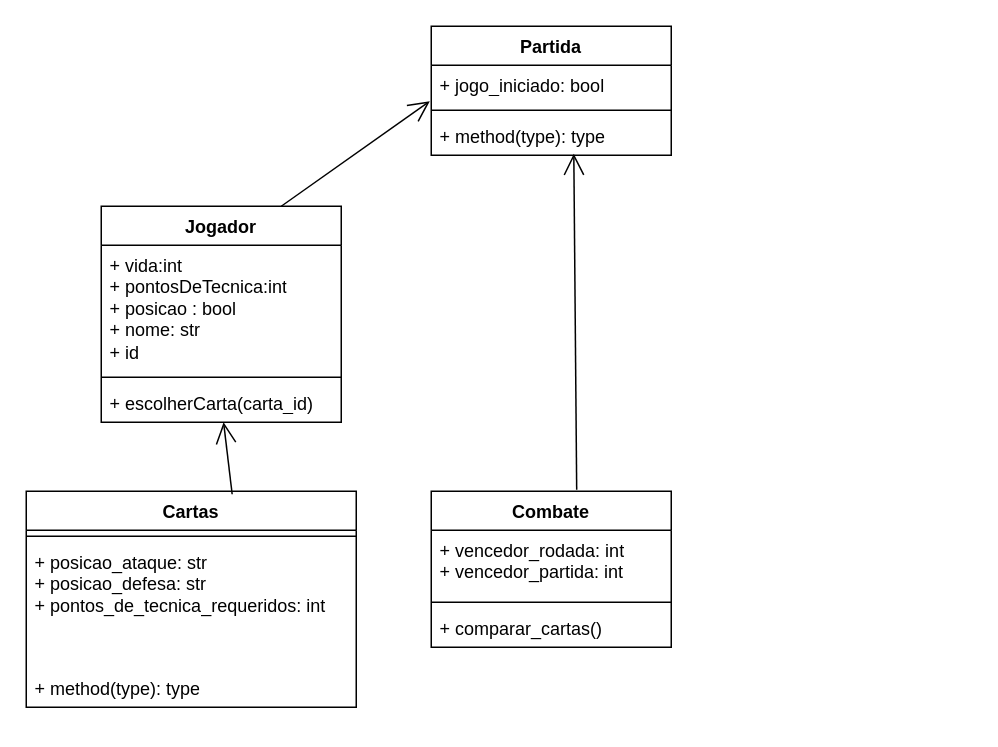
Tpirate90/TP90 keeps this draw.io diagram as Diagrama sem nome.drawio. Above is the earlier version. Source tidied: cells renumbered, new cells numbered last; positions are measured from the earlier drawing's top-left corner, leaving out a move shared by most shapes. Both pictures are drawn from the tidied source at 150%, with x=0, y=0 at pixel (26, 26).
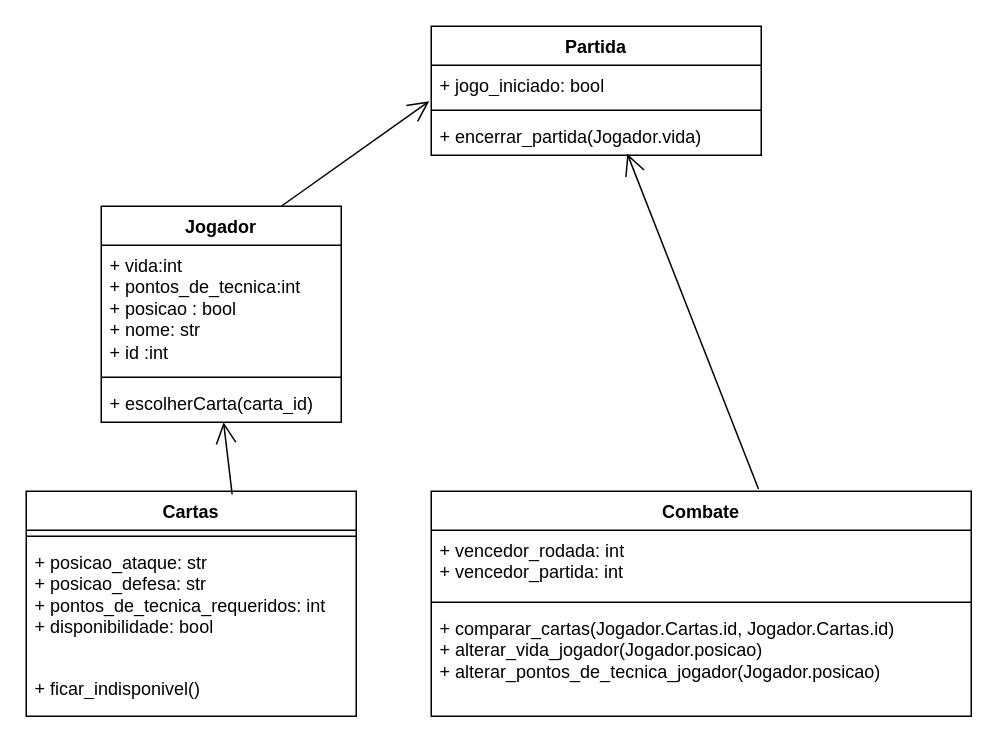
The same page after the edit.

Unchanged cells that the change refers to:
```xml
<mxCell id="10" value="Jogador" style="swimlane;fontStyle=1;align=center;verticalAlign=top;horizontal=1;startSize=26;whiteSpace=wrap;html=1;" parent="1" vertex="1">
  <mxGeometry x="50" y="120" width="160" height="144" as="geometry" />
</mxCell>
```

Change to the diagram source:
```diff
@@
     <mxCell id="2" value="Partida" style="swimlane;fontStyle=1;align=center;verticalAlign=top;horizontal=1;startSize=26;whiteSpace=wrap;html=1;" parent="1" vertex="1">
-      <mxGeometry x="270" width="160" height="86" as="geometry" />
+      <mxGeometry x="270" width="220" height="86" as="geometry" />
     </mxCell>
     <mxCell id="3" value="&lt;div&gt;+ jogo_iniciado: bool&lt;/div&gt;" style="text;strokeColor=none;fillColor=none;align=left;verticalAlign=top;spacingLeft=4;spacingRight=4;overflow=hidden;points=[[0,0.5],[1,0.5]];portConstraint=eastwest;whiteSpace=wrap;html=1;" parent="2" vertex="1">
-      <mxGeometry y="26" width="160" height="26" as="geometry" />
+      <mxGeometry y="26" width="220" height="26" as="geometry" />
     </mxCell>
     <mxCell id="4" style="line;strokeWidth=1;fillColor=none;align=left;verticalAlign=middle;spacingTop=-1;spacingLeft=3;spacingRight=3;labelPosition=right;strokeColor=inherit;" parent="2" vertex="1">
-      <mxGeometry y="52" width="160" height="8" as="geometry" />
+      <mxGeometry y="52" width="220" height="8" as="geometry" />
     </mxCell>
-    <mxCell id="5" value="+ method(type): type" style="text;strokeColor=none;fillColor=none;align=left;verticalAlign=top;spacingLeft=4;spacingRight=4;overflow=hidden;points=[[0,0.5],[1,0.5]];portConstraint=eastwest;whiteSpace=wrap;html=1;" parent="2" vertex="1">
-      <mxGeometry y="60" width="160" height="26" as="geometry" />
+    <mxCell id="5" value="+ encerrar_partida(Jogador.vida)" style="text;strokeColor=none;fillColor=none;align=left;verticalAlign=top;spacingLeft=4;spacingRight=4;overflow=hidden;points=[[0,0.5],[1,0.5]];portConstraint=eastwest;whiteSpace=wrap;html=1;" parent="2" vertex="1">
+      <mxGeometry y="60" width="220" height="26" as="geometry" />
     </mxCell>
     <mxCell id="6" value="Combate" style="swimlane;fontStyle=1;align=center;verticalAlign=top;horizontal=1;startSize=26;whiteSpace=wrap;html=1;" parent="1" vertex="1">
-      <mxGeometry x="270" y="310" width="160" height="104" as="geometry" />
+      <mxGeometry x="270" y="310" width="360" height="150" as="geometry" />
     </mxCell>
     <mxCell id="7" value="&lt;div&gt;+ vencedor_rodada: int &lt;br&gt;&lt;/div&gt;&lt;div&gt;+ vencedor_partida: int&lt;br&gt;&lt;/div&gt;" style="text;strokeColor=none;fillColor=none;align=left;verticalAlign=top;spacingLeft=4;spacingRight=4;overflow=hidden;whiteSpace=wrap;html=1;" parent="6" vertex="1">
-      <mxGeometry y="26" width="160" height="44" as="geometry" />
+      <mxGeometry y="26" width="360" height="44" as="geometry" />
     </mxCell>
     <mxCell id="8" style="line;strokeWidth=1;fillColor=none;align=left;verticalAlign=middle;spacingTop=-1;spacingLeft=3;spacingRight=3;labelPosition=right;strokeColor=inherit;" parent="6" vertex="1">
-      <mxGeometry y="70" width="160" height="8" as="geometry" />
+      <mxGeometry y="70" width="360" height="8" as="geometry" />
     </mxCell>
-    <mxCell id="9" value="&lt;div&gt;+ comparar_cartas()&lt;/div&gt;&lt;div&gt;&lt;br&gt;&lt;/div&gt;" style="text;strokeColor=none;fillColor=none;align=left;verticalAlign=top;spacingLeft=4;spacingRight=4;overflow=hidden;whiteSpace=wrap;html=1;" parent="6" vertex="1">
-      <mxGeometry y="78" width="160" height="26" as="geometry" />
+    <mxCell id="9" value="&lt;div&gt;+ comparar_cartas(Jogador.Cartas.id, Jogador.Cartas.id)&lt;/div&gt;&lt;div&gt;+ alterar_vida_jogador(Jogador.posicao)&lt;/div&gt;&lt;div&gt;+ alterar_pontos_de_tecnica_jogador(Jogador.posicao)&lt;br&gt;&lt;/div&gt;&lt;div&gt;&lt;br&gt;&lt;/div&gt;" style="text;strokeColor=none;fillColor=none;align=left;verticalAlign=top;spacingLeft=4;spacingRight=4;overflow=hidden;whiteSpace=wrap;html=1;" parent="6" vertex="1">
+      <mxGeometry y="78" width="360" height="72" as="geometry" />
     </mxCell>
@@
-    <mxCell id="11" value="&lt;div&gt;+ vida:int&lt;/div&gt;&lt;div&gt;+ pontosDeTecnica:int&lt;/div&gt;&lt;div&gt;+ posicao : bool&lt;/div&gt;&lt;div&gt;+ nome: str&lt;/div&gt;&lt;div&gt;+ id&lt;br&gt;&lt;/div&gt;&lt;div&gt;&lt;br&gt;&lt;/div&gt;" style="text;strokeColor=none;fillColor=none;align=left;verticalAlign=top;spacingLeft=4;spacingRight=4;overflow=hidden;whiteSpace=wrap;html=1;" parent="10" vertex="1">
+    <mxCell id="11" value="&lt;div&gt;+ vida:int&lt;/div&gt;&lt;div&gt;+ pontos_de_tecnica:int&lt;/div&gt;&lt;div&gt;+ posicao : bool&lt;/div&gt;&lt;div&gt;+ nome: str&lt;/div&gt;&lt;div&gt;+ id :int&lt;br&gt;&lt;/div&gt;&lt;div&gt;&lt;br&gt;&lt;/div&gt;" style="text;strokeColor=none;fillColor=none;align=left;verticalAlign=top;spacingLeft=4;spacingRight=4;overflow=hidden;whiteSpace=wrap;html=1;" parent="10" vertex="1">
       <mxGeometry y="26" width="160" height="84" as="geometry" />
     </mxCell>
@@
     <mxCell id="14" value="&lt;div&gt;Cartas&lt;/div&gt;" style="swimlane;fontStyle=1;align=center;verticalAlign=top;horizontal=1;startSize=26;whiteSpace=wrap;html=1;" parent="1" vertex="1">
-      <mxGeometry y="310" width="220" height="144" as="geometry" />
+      <mxGeometry y="310" width="220" height="150" as="geometry" />
     </mxCell>
@@
-    <mxCell id="16" value="&lt;div&gt;+ posicao_ataque: str&lt;/div&gt;&lt;div&gt;+ posicao_defesa: str&lt;/div&gt;&lt;div&gt;+ pontos_de_tecnica_requeridos: int&lt;br&gt;&lt;/div&gt;&lt;div&gt;&lt;br&gt;&lt;/div&gt;&lt;div&gt;&lt;br&gt;&lt;/div&gt;" style="text;strokeColor=none;fillColor=none;align=left;verticalAlign=top;spacingLeft=4;spacingRight=4;overflow=hidden;whiteSpace=wrap;html=1;" parent="14" vertex="1">
+    <mxCell id="16" value="&lt;div&gt;+ posicao_ataque: str&lt;/div&gt;&lt;div&gt;+ posicao_defesa: str&lt;/div&gt;&lt;div&gt;+ pontos_de_tecnica_requeridos: int&lt;br&gt;&lt;/div&gt;&lt;div&gt;+ disponibilidade: bool&lt;br&gt;&lt;/div&gt;&lt;div&gt;&lt;br&gt;&lt;/div&gt;" style="text;strokeColor=none;fillColor=none;align=left;verticalAlign=top;spacingLeft=4;spacingRight=4;overflow=hidden;whiteSpace=wrap;html=1;" parent="14" vertex="1">
       <mxGeometry y="34" width="220" height="84" as="geometry" />
     </mxCell>
-    <mxCell id="17" value="+ method(type): type" style="text;strokeColor=none;fillColor=none;align=left;verticalAlign=top;spacingLeft=4;spacingRight=4;overflow=hidden;whiteSpace=wrap;html=1;" parent="14" vertex="1">
-      <mxGeometry y="118" width="220" height="26" as="geometry" />
+    <mxCell id="17" value="+ ficar_indisponivel()" style="text;strokeColor=none;fillColor=none;align=left;verticalAlign=top;spacingLeft=4;spacingRight=4;overflow=hidden;whiteSpace=wrap;html=1;" parent="14" vertex="1">
+      <mxGeometry y="118" width="220" height="32" as="geometry" />
     </mxCell>
```
